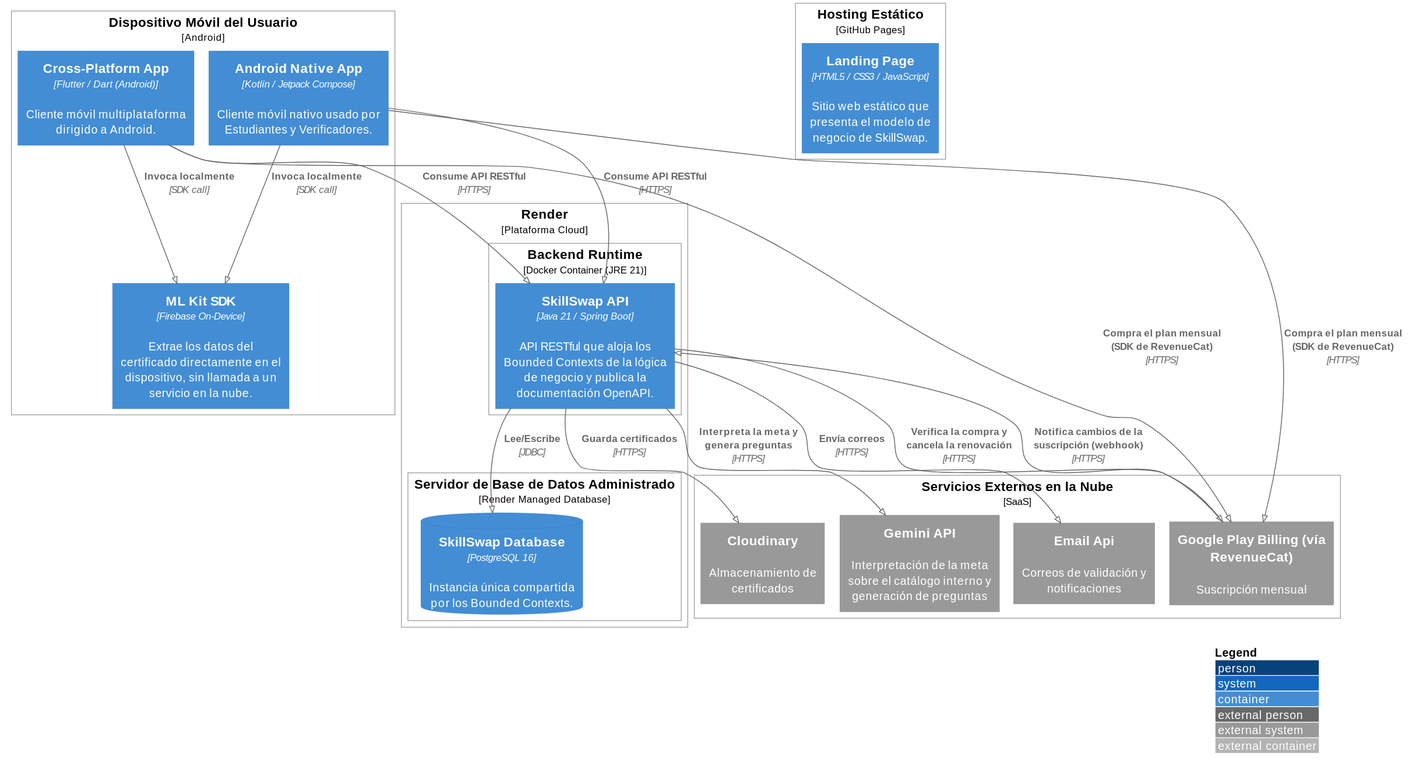
Aplicaciones-Dispositivos-Moviles/SkillSwap-ProjectReport keeps this PlantUML diagram as images-doc/SkillSwapDeployment.svg. Above is the earlier version.
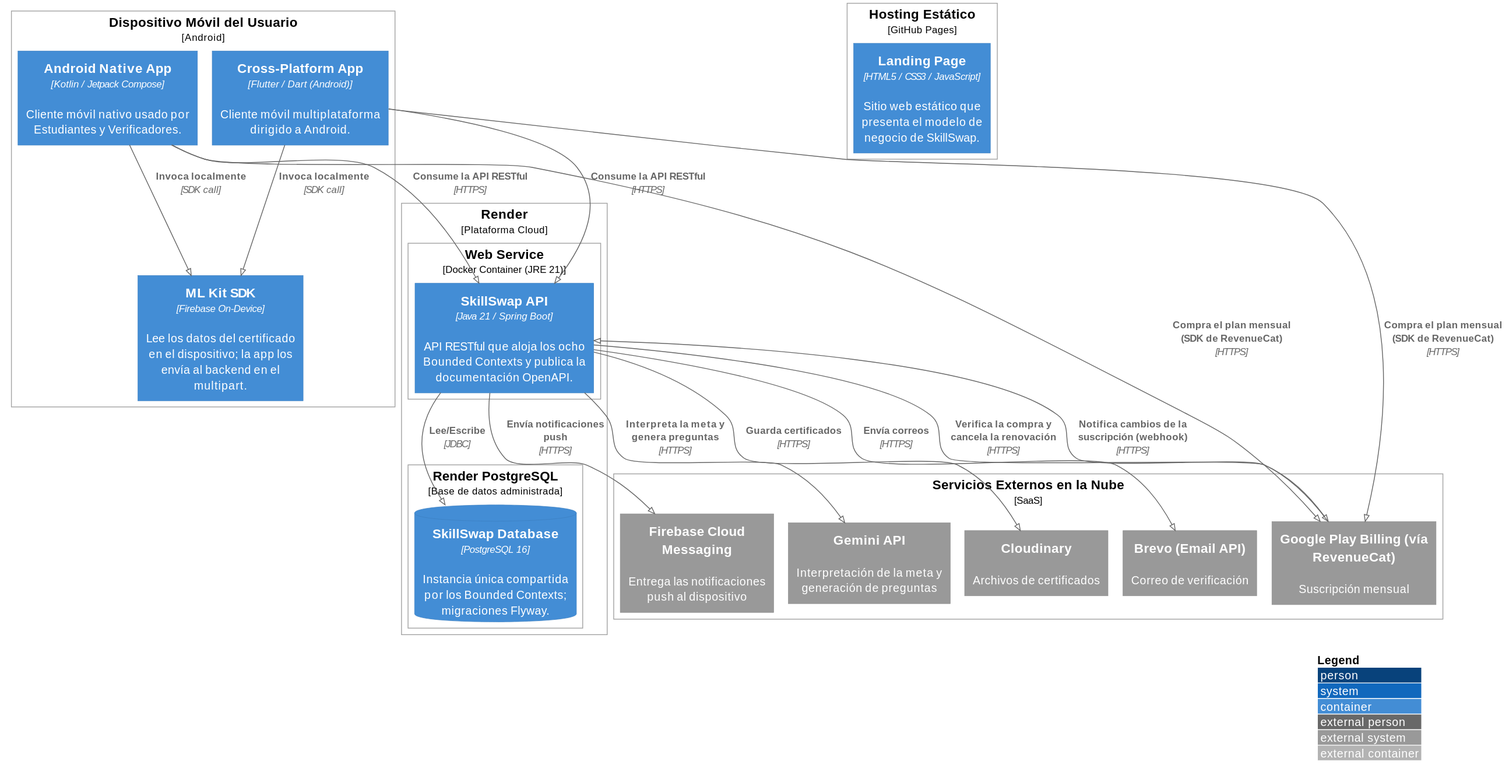
The same diagram one commit later.

Change to the diagram source:
```diff
@@ -7,7 +7,7 @@
 Deployment_Node(userDevice, "Dispositivo Móvil del Usuario", "Android"){
     Container(androidApp, "Android Native App", "Kotlin / Jetpack Compose", "Cliente móvil nativo usado por Estudiantes y Verificadores.")
     Container(flutterApp, "Cross-Platform App", "Flutter / Dart (Android)", "Cliente móvil multiplataforma dirigido a Android.")
-    Container(mlKitSdk, "ML Kit SDK", "Firebase On-Device", "Extrae los datos del certificado directamente en el dispositivo, sin llamada a un servicio en la nube.")
+    Container(mlKitSdk, "ML Kit SDK", "Firebase On-Device", "Lee los datos del certificado en el dispositivo; la app los envía al backend en el multipart.")
 }
 
 Deployment_Node(staticHosting, "Hosting Estático", "GitHub Pages"){
@@ -15,31 +15,33 @@
 }
 
 Deployment_Node(cloudPlatform, "Render", "Plataforma Cloud"){
-    Deployment_Node(backendRuntime, "Backend Runtime", "Docker Container (JRE 21)"){
-        Container(api, "SkillSwap API", "Java 21 / Spring Boot", "API RESTful que aloja los Bounded Contexts de la lógica de negocio y publica la documentación OpenAPI.")
+    Deployment_Node(backendRuntime, "Web Service", "Docker Container (JRE 21)"){
+        Container(api, "SkillSwap API", "Java 21 / Spring Boot", "API RESTful que aloja los ocho Bounded Contexts y publica la documentación OpenAPI.")
     }
-    Deployment_Node(dbServer, "Servidor de Base de Datos Administrado", "Render Managed Database"){
-        ContainerDb(mainDB, "SkillSwap Database", "PostgreSQL 16", "Instancia única compartida por los Bounded Contexts.")
+    Deployment_Node(dbServer, "Render PostgreSQL", "Base de datos administrada"){
+        ContainerDb(mainDB, "SkillSwap Database", "PostgreSQL 16", "Instancia única compartida por los Bounded Contexts; migraciones Flyway.")
     }
 }
 
 Deployment_Node(externalCloud, "Servicios Externos en la Nube", "SaaS"){
-    System_Ext(cloudStorage, "Cloudinary", "Almacenamiento de certificados")
-    System_Ext(emailService, "Email Api", "Correos de validación y notificaciones")
-    System_Ext(geminiApi, "Gemini API", "Interpretación de la meta sobre el catálogo interno y generación de preguntas")
+    System_Ext(cloudStorage, "Cloudinary", "Archivos de certificados")
+    System_Ext(emailService, "Brevo (Email API)", "Correo de verificación")
+    System_Ext(pushService, "Firebase Cloud Messaging", "Entrega las notificaciones push al dispositivo")
+    System_Ext(geminiApi, "Gemini API", "Interpretación de la meta y generación de preguntas")
     System_Ext(playBilling, "Google Play Billing (vía RevenueCat)", "Suscripción mensual")
 }
 
 Rel(androidApp, mlKitSdk, "Invoca localmente", "SDK call")
 Rel(flutterApp, mlKitSdk, "Invoca localmente", "SDK call")
 
-Rel(androidApp, api, "Consume API RESTful", "HTTPS")
-Rel(flutterApp, api, "Consume API RESTful", "HTTPS")
+Rel(androidApp, api, "Consume la API RESTful", "HTTPS")
+Rel(flutterApp, api, "Consume la API RESTful", "HTTPS")
 
 Rel(api, mainDB, "Lee/Escribe", "JDBC")
 
 Rel(api, cloudStorage, "Guarda certificados", "HTTPS")
 Rel(api, emailService, "Envía correos", "HTTPS")
+Rel(api, pushService, "Envía notificaciones push", "HTTPS")
 Rel(api, geminiApi, "Interpreta la meta y genera preguntas", "HTTPS")
 Rel(api, playBilling, "Verifica la compra y cancela la renovación", "HTTPS")
 Rel(playBilling, api, "Notifica cambios de la suscripción (webhook)", "HTTPS")
```
